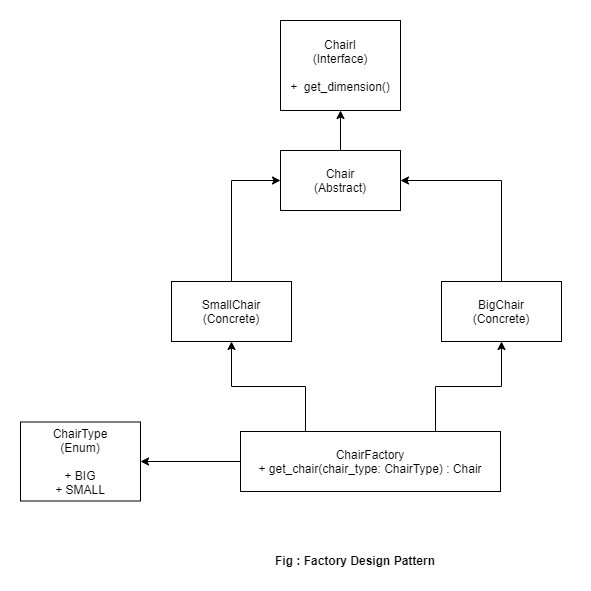
Above: diagrams/factory.png in shubham-chhimpa/design-pattern-python-3 (draw.io), before the change. Source tidied: cells renumbered, new cells last; positions are measured from the earlier drawing's top-left corner, leaving out a move shared by most shapes.
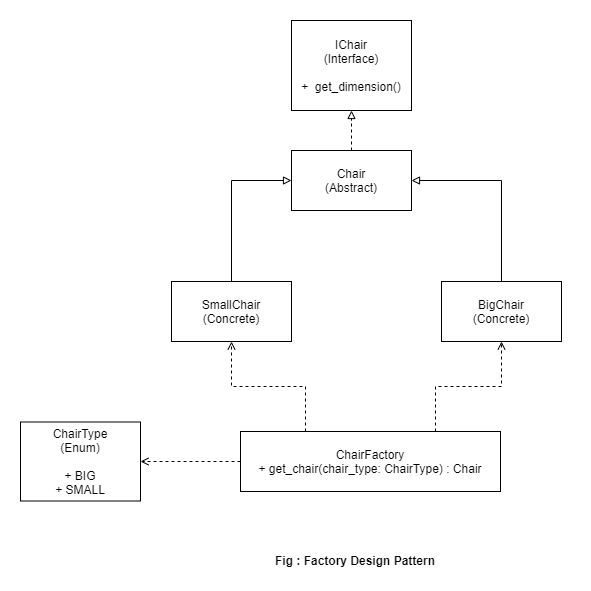
Above is the later version.

Commit message:
added builder pattern diagram

The edit, as a diff of the source:
```diff
@@ -2,34 +2,34 @@
   <root>
     <mxCell id="0" />
     <mxCell id="1" parent="0" />
-    <mxCell id="2" style="edgeStyle=orthogonalEdgeStyle;rounded=0;jettySize=auto;html=1;entryX=0.5;entryY=1;entryDx=0;entryDy=0;" parent="1" edge="1" source="3" target="4">
+    <mxCell id="2" style="edgeStyle=orthogonalEdgeStyle;rounded=0;jettySize=auto;html=1;entryX=0.5;entryY=1;entryDx=0;entryDy=0;endArrow=block;endFill=0;dashed=1;" parent="1" edge="1" source="3" target="4">
       <mxGeometry relative="1" as="geometry" />
     </mxCell>
     <mxCell id="3" value="Chair&lt;br&gt;(Abstract)" style="rounded=0;whiteSpace=wrap;html=1;" parent="1" vertex="1">
-      <mxGeometry x="260" y="130" width="120" height="60" as="geometry" />
+      <mxGeometry x="271" y="130" width="120" height="60" as="geometry" />
     </mxCell>
-    <mxCell id="4" value="ChairI&lt;br&gt;(Interface)&lt;br&gt;&lt;br&gt;+&amp;nbsp; get_dimension()" style="rounded=0;whiteSpace=wrap;html=1;" parent="1" vertex="1">
-      <mxGeometry x="260" width="120" height="90" as="geometry" />
+    <mxCell id="4" value="IChair&lt;br&gt;(Interface)&lt;br&gt;&lt;br&gt;+&amp;nbsp; get_dimension()" style="rounded=0;whiteSpace=wrap;html=1;" parent="1" vertex="1">
+      <mxGeometry x="271" width="120" height="90" as="geometry" />
     </mxCell>
-    <mxCell id="5" style="edgeStyle=orthogonalEdgeStyle;rounded=0;jettySize=auto;html=1;entryX=0;entryY=0.5;entryDx=0;entryDy=0;" parent="1" edge="1" source="6" target="3">
+    <mxCell id="5" style="edgeStyle=orthogonalEdgeStyle;rounded=0;jettySize=auto;html=1;entryX=0;entryY=0.5;entryDx=0;entryDy=0;endArrow=block;endFill=0;" parent="1" edge="1" source="6" target="3">
       <mxGeometry relative="1" as="geometry" />
     </mxCell>
     <mxCell id="6" value="SmallChair&lt;br&gt;(Concrete)" style="rounded=0;whiteSpace=wrap;html=1;" parent="1" vertex="1">
       <mxGeometry x="151" y="261" width="120" height="60" as="geometry" />
     </mxCell>
-    <mxCell id="7" style="edgeStyle=orthogonalEdgeStyle;rounded=0;jettySize=auto;html=1;entryX=1;entryY=0.5;entryDx=0;entryDy=0;exitX=0.5;exitY=0;exitDx=0;exitDy=0;" parent="1" edge="1" source="8" target="3">
+    <mxCell id="7" style="edgeStyle=orthogonalEdgeStyle;rounded=0;jettySize=auto;html=1;entryX=1;entryY=0.5;entryDx=0;entryDy=0;exitX=0.5;exitY=0;exitDx=0;exitDy=0;endArrow=block;endFill=0;" parent="1" edge="1" source="8" target="3">
       <mxGeometry relative="1" as="geometry" />
     </mxCell>
     <mxCell id="8" value="BigChair&lt;br&gt;(Concrete)" style="rounded=0;whiteSpace=wrap;html=1;" parent="1" vertex="1">
       <mxGeometry x="421" y="261" width="120" height="60" as="geometry" />
     </mxCell>
-    <mxCell id="9" style="edgeStyle=orthogonalEdgeStyle;rounded=0;jettySize=auto;html=1;entryX=0.5;entryY=1;entryDx=0;entryDy=0;exitX=0.25;exitY=0;exitDx=0;exitDy=0;" parent="1" edge="1" source="12" target="6">
+    <mxCell id="9" style="edgeStyle=orthogonalEdgeStyle;rounded=0;jettySize=auto;html=1;entryX=0.5;entryY=1;entryDx=0;entryDy=0;exitX=0.25;exitY=0;exitDx=0;exitDy=0;endArrow=open;endFill=0;dashed=1;" parent="1" edge="1" source="12" target="6">
       <mxGeometry relative="1" as="geometry" />
     </mxCell>
-    <mxCell id="10" style="edgeStyle=orthogonalEdgeStyle;rounded=0;jettySize=auto;html=1;entryX=0.5;entryY=1;entryDx=0;entryDy=0;exitX=0.75;exitY=0;exitDx=0;exitDy=0;" parent="1" edge="1" source="12" target="8">
+    <mxCell id="10" style="edgeStyle=orthogonalEdgeStyle;rounded=0;jettySize=auto;html=1;entryX=0.5;entryY=1;entryDx=0;entryDy=0;exitX=0.75;exitY=0;exitDx=0;exitDy=0;endArrow=open;endFill=0;dashed=1;" parent="1" edge="1" source="12" target="8">
       <mxGeometry relative="1" as="geometry" />
     </mxCell>
-    <mxCell id="11" style="edgeStyle=orthogonalEdgeStyle;rounded=0;jettySize=auto;html=1;entryX=1;entryY=0.5;entryDx=0;entryDy=0;" parent="1" edge="1" source="12" target="13">
+    <mxCell id="11" style="edgeStyle=orthogonalEdgeStyle;rounded=0;jettySize=auto;html=1;entryX=1;entryY=0.5;entryDx=0;entryDy=0;dashed=1;endArrow=open;endFill=0;" parent="1" edge="1" source="12" target="13">
       <mxGeometry relative="1" as="geometry" />
     </mxCell>
     <mxCell id="12" value="ChairFactory&lt;br&gt;+ get_chair(chair_type: ChairType) : Chair" style="rounded=0;whiteSpace=wrap;html=1;" parent="1" vertex="1">
```
